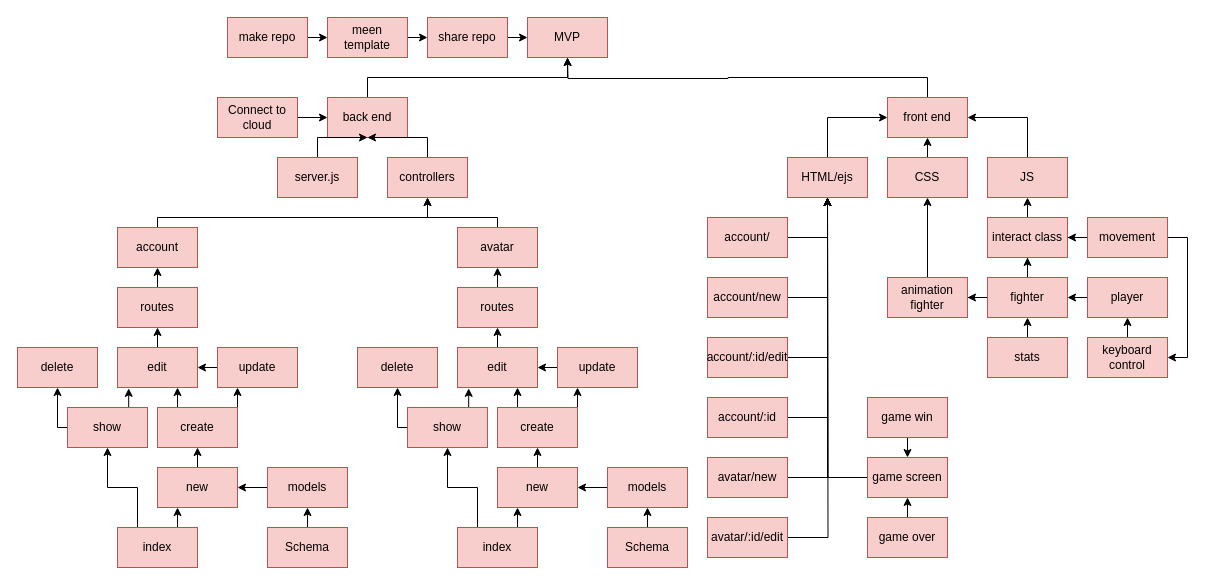
Above: planning/flow chart.drawio in nick3point5/ga-fighters (draw.io), before the change. Source tidied: cells renumbered, new cells numbered last; positions are measured from the earlier drawing's top-left corner, leaving out a move shared by most shapes. Both pictures are drawn from the tidied source at 100%, with x=0, y=0 at pixel (17, 17).
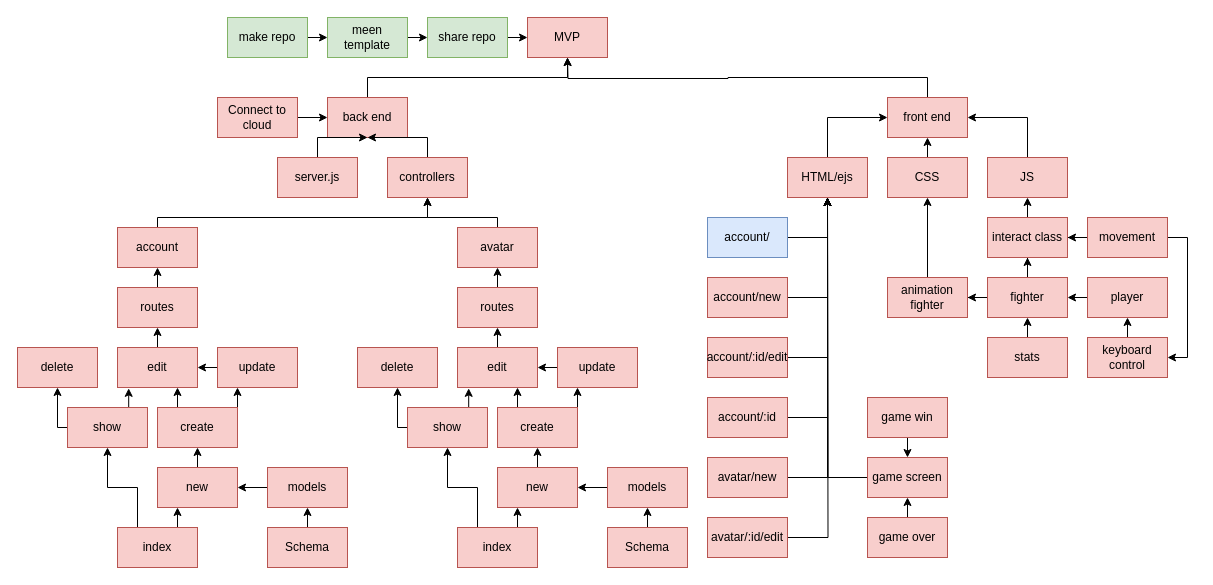
Above is the later version.

The edit, as a diff of the source:
```diff
@@
-    <mxCell id="4" value="make repo" style="rounded=0;whiteSpace=wrap;html=1;fillColor=#f8cecc;strokeColor=#b85450;" parent="1" vertex="1">
+    <mxCell id="4" value="make repo" style="rounded=0;whiteSpace=wrap;html=1;fillColor=#d5e8d4;strokeColor=#82b366;" parent="1" vertex="1">
       <mxGeometry x="210" width="80" height="40" as="geometry" />
     </mxCell>
@@
-    <mxCell id="9" value="share repo" style="rounded=0;whiteSpace=wrap;html=1;fillColor=#f8cecc;strokeColor=#b85450;" parent="1" vertex="1">
+    <mxCell id="9" value="share repo" style="rounded=0;whiteSpace=wrap;html=1;fillColor=#d5e8d4;strokeColor=#82b366;" parent="1" vertex="1">
       <mxGeometry x="410" width="80" height="40" as="geometry" />
     </mxCell>
@@
-    <mxCell id="11" value="meen template" style="rounded=0;whiteSpace=wrap;html=1;fillColor=#f8cecc;strokeColor=#b85450;" parent="1" vertex="1">
+    <mxCell id="11" value="meen template" style="rounded=0;whiteSpace=wrap;html=1;fillColor=#d5e8d4;strokeColor=#82b366;" parent="1" vertex="1">
       <mxGeometry x="310" width="80" height="40" as="geometry" />
     </mxCell>
@@
-    <mxCell id="67" value="account/" style="rounded=0;whiteSpace=wrap;html=1;fillColor=#f8cecc;strokeColor=#b85450;" parent="1" vertex="1">
+    <mxCell id="67" value="account/" style="rounded=0;whiteSpace=wrap;html=1;fillColor=#dae8fc;strokeColor=#6c8ebf;" parent="1" vertex="1">
       <mxGeometry x="690" y="200" width="80" height="40" as="geometry" />
     </mxCell>
```
